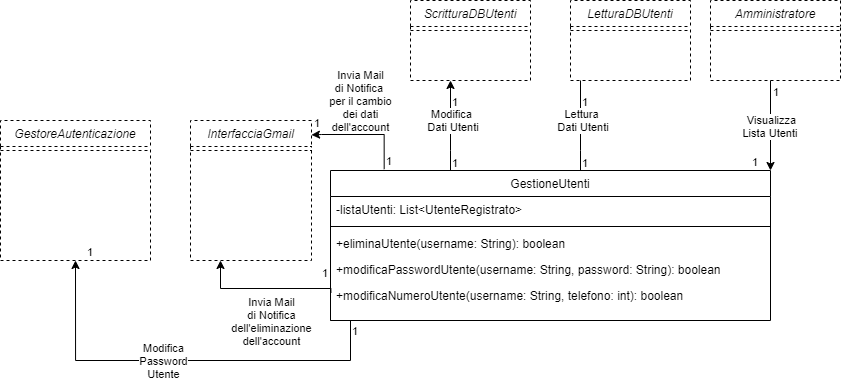
The draw.io diagram UML/DiagrammaClassiModerazione.png in G15-UniTN/iSpesa, before a commit. Source tidied: cells renumbered, new cells last; positions are measured from the earlier drawing's top-left corner, leaving out a move shared by most shapes.
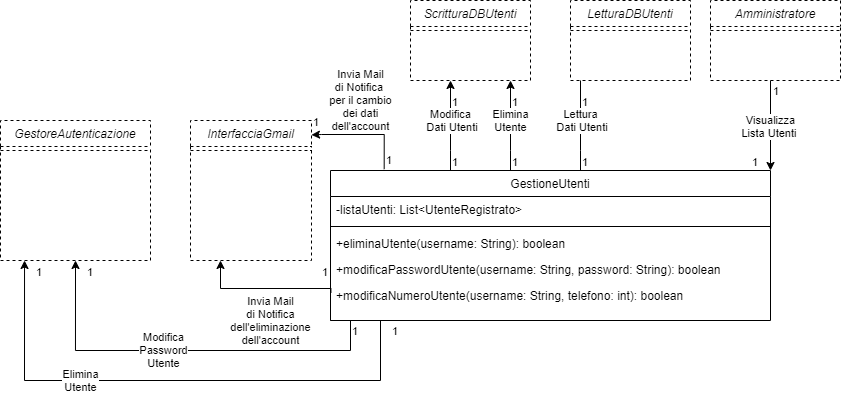
After the commit.

What changed in the source:
```diff
@@ -91,8 +91,8 @@
       <mxGeometry relative="1" as="geometry">
         <Array as="points">
           <mxPoint x="350" y="320" />
-          <mxPoint x="350" y="360" />
-          <mxPoint x="75" y="360" />
+          <mxPoint x="350" y="350" />
+          <mxPoint x="75" y="350" />
         </Array>
       </mxGeometry>
     </mxCell>
@@ -108,7 +108,7 @@
     </mxCell>
     <mxCell id="27" value="1" style="edgeLabel;html=1;align=right;verticalAlign=bottom;" parent="24" vertex="1">
       <mxGeometry x="1" relative="1" as="geometry">
-        <mxPoint x="18" as="offset" />
+        <mxPoint x="18" y="20" as="offset" />
       </mxGeometry>
     </mxCell>
     <mxCell id="28" style="endArrow=classic;html=1;exitX=0.122;exitY=-0.009;exitDx=0;exitDy=0;entryX=1;entryY=0.103;entryDx=0;entryDy=0;edgeStyle=orthogonalEdgeStyle;rounded=0;exitPerimeter=0;entryPerimeter=0;" parent="1" edge="1" source="2">
@@ -183,5 +183,55 @@
         <mxPoint x="8" as="offset" />
       </mxGeometry>
     </mxCell>
+    <mxCell id="41" style="endArrow=classic;html=1;edgeStyle=orthogonalEdgeStyle;rounded=0;entryX=0.5;entryY=1;entryDx=0;entryDy=0;" parent="1" edge="1">
+      <mxGeometry relative="1" as="geometry">
+        <mxPoint x="380" y="320" as="sourcePoint" />
+        <mxPoint x="24" y="260" as="targetPoint" />
+        <Array as="points">
+          <mxPoint x="380" y="380" />
+          <mxPoint x="24" y="380" />
+        </Array>
+      </mxGeometry>
+    </mxCell>
+    <mxCell id="42" value="Elimina&lt;br&gt;Utente" style="edgeLabel;html=1;align=center;verticalAlign=middle;" parent="41" vertex="1">
+      <mxGeometry relative="1" as="geometry">
+        <mxPoint x="-92" as="offset" />
+      </mxGeometry>
+    </mxCell>
+    <mxCell id="43" value="1" style="edgeLabel;html=1;align=left;verticalAlign=bottom;" parent="41" vertex="1">
+      <mxGeometry x="-1" relative="1" as="geometry">
+        <mxPoint x="10" y="19" as="offset" />
+      </mxGeometry>
+    </mxCell>
+    <mxCell id="44" value="1" style="edgeLabel;html=1;align=right;verticalAlign=bottom;" parent="41" vertex="1">
+      <mxGeometry x="1" relative="1" as="geometry">
+        <mxPoint x="18" y="20" as="offset" />
+      </mxGeometry>
+    </mxCell>
+    <mxCell id="45" style="endArrow=none;html=1;endFill=0;startArrow=classic;startFill=1;rounded=0;edgeStyle=orthogonalEdgeStyle;" parent="1" edge="1">
+      <mxGeometry relative="1" as="geometry">
+        <mxPoint x="510" y="80" as="sourcePoint" />
+        <mxPoint x="510" y="170" as="targetPoint" />
+        <Array as="points">
+          <mxPoint x="510" y="150" />
+          <mxPoint x="510" y="150" />
+        </Array>
+      </mxGeometry>
+    </mxCell>
+    <mxCell id="46" value="Elimina&lt;br&gt;Utente" style="edgeLabel;html=1;align=center;verticalAlign=middle;" parent="45" vertex="1">
+      <mxGeometry relative="1" as="geometry">
+        <mxPoint y="-5" as="offset" />
+      </mxGeometry>
+    </mxCell>
+    <mxCell id="47" value="1" style="edgeLabel;html=1;align=left;verticalAlign=bottom;" parent="45" vertex="1">
+      <mxGeometry x="-1" relative="1" as="geometry">
+        <mxPoint y="30" as="offset" />
+      </mxGeometry>
+    </mxCell>
+    <mxCell id="48" value="1" style="edgeLabel;html=1;align=right;verticalAlign=bottom;" parent="45" vertex="1">
+      <mxGeometry x="1" relative="1" as="geometry">
+        <mxPoint x="8" as="offset" />
+      </mxGeometry>
+    </mxCell>
   </root>
 </mxGraphModel>
```
